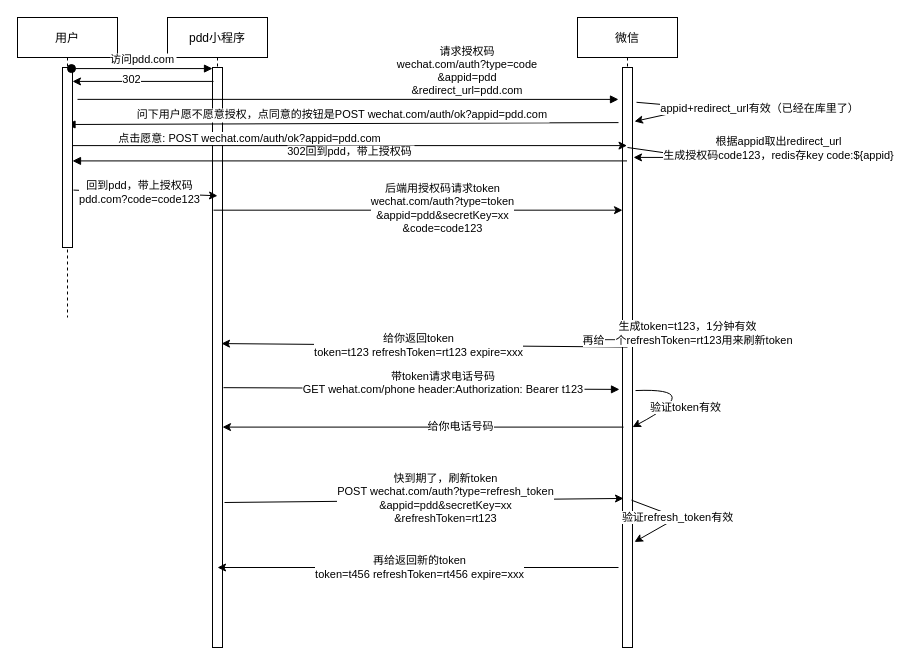
SteveWongBUAA/diagrams keeps this draw.io diagram as 未命名绘图.drawio. Above is the earlier version. Source tidied: cells renumbered, new cells numbered last; positions are measured from the earlier drawing's top-left corner, leaving out a move shared by most shapes. Both pictures are drawn from the tidied source at 100%, with x=0, y=0 at pixel (17, 17).
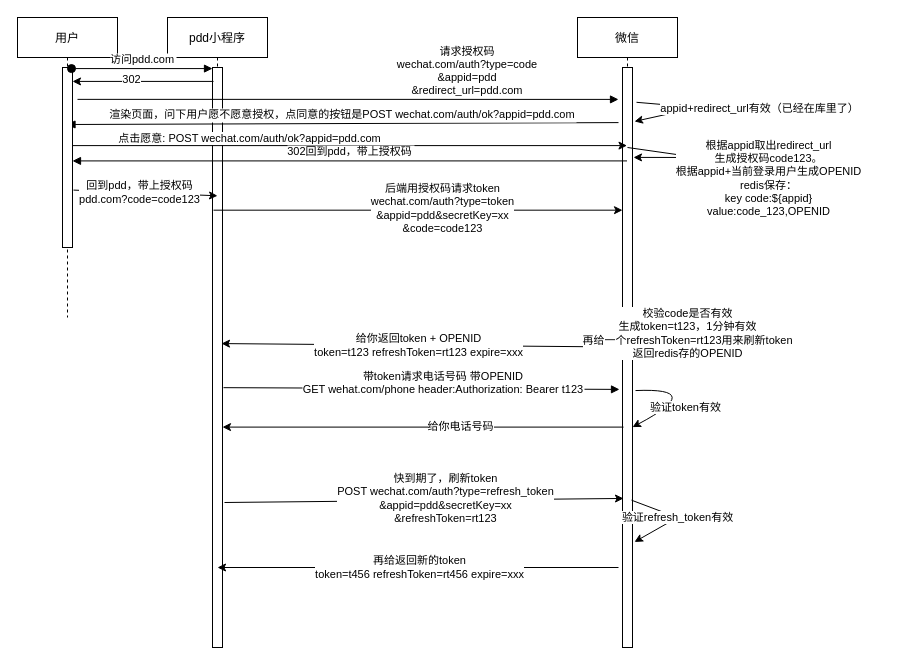
The same page after the edit.

Commit message:
更新未命名绘图.drawio

The change refers to these unchanged cells:
```xml
<mxCell id="3" style="points=[];perimeter=orthogonalPerimeter;rounded=0;shadow=0;strokeWidth=1;" parent="2" vertex="1">
  <mxGeometry x="45" y="50" width="10" height="580" as="geometry" />
</mxCell>
<mxCell id="5" style="points=[];perimeter=orthogonalPerimeter;rounded=0;shadow=0;strokeWidth=1;" parent="4" vertex="1">
  <mxGeometry x="45" y="50" width="10" height="580" as="geometry" />
</mxCell>
<mxCell id="8" style="endArrow=classic;html=1;entryX=1.1;entryY=0.155;entryDx=0;entryDy=0;entryPerimeter=0;" parent="4" edge="1" target="5">
  <mxGeometry relative="1" as="geometry">
    <mxPoint x="50" y="130" as="sourcePoint" />
    <Array as="points">
      <mxPoint x="120" y="140" />
    </Array>
  </mxGeometry>
</mxCell>
<mxCell id="20" style="endArrow=classic;html=1;entryX=0.9;entryY=0.476;entryDx=0;entryDy=0;entryPerimeter=0;exitX=0.5;exitY=0.482;exitDx=0;exitDy=0;exitPerimeter=0;" parent="1" edge="1" source="5" target="3">
  <mxGeometry relative="1" as="geometry" />
</mxCell>
<mxCell id="22" style="endArrow=classic;html=1;" parent="1" edge="1" source="4" target="4">
  <mxGeometry relative="1" as="geometry" />
</mxCell>
```

Change to the diagram source:
```diff
@@
-    <mxCell id="9" value="根据appid取出redirect_url&lt;br&gt;生成授权码code123，redis存key code:${appid}" style="edgeLabel;html=1;align=center;verticalAlign=middle;" parent="8" vertex="1">
+    <mxCell id="9" value="根据appid取出redirect_url&lt;br&gt;生成授权码code123。&lt;br&gt;根据appid+当前登录用户生成OPENID&lt;br&gt;redis保存：&lt;br&gt;key code:${appid}&lt;br&gt;value:code_123,OPENID" style="edgeLabel;html=1;align=center;verticalAlign=middle;" parent="8" vertex="1">
       <mxGeometry x="-0.29" y="2" relative="1" as="geometry">
-        <mxPoint x="102.2" y="-4.8" as="offset" />
+        <mxPoint x="92.2" y="25.2" as="offset" />
       </mxGeometry>
     </mxCell>
@@
-    <mxCell id="14" value="问下用户愿不愿意授权，点同意的按钮是POST wechat.com/auth/ok?appid=pdd.com" style="verticalAlign=bottom;endArrow=block;shadow=0;strokeWidth=1;exitX=-0.4;exitY=0.095;exitDx=0;exitDy=0;exitPerimeter=0;" parent="1" edge="1" source="5">
+    <mxCell id="14" value="渲染页面，问下用户愿不愿意授权，点同意的按钮是POST wechat.com/auth/ok?appid=pdd.com" style="verticalAlign=bottom;endArrow=block;shadow=0;strokeWidth=1;exitX=-0.4;exitY=0.095;exitDx=0;exitDy=0;exitPerimeter=0;" parent="1" edge="1" source="5">
       <mxGeometry relative="1" as="geometry">
         <mxPoint x="49.5" y="107" as="targetPoint" />
       </mxGeometry>
     </mxCell>
@@
-    <mxCell id="21" value="给你返回token&lt;br&gt;token=t123 refreshToken=rt123 expire=xxx" style="edgeLabel;html=1;align=center;verticalAlign=middle;" parent="20" vertex="1">
+    <mxCell id="21" value="给你返回token + OPENID&lt;br&gt;token=t123 refreshToken=rt123 expire=xxx" style="edgeLabel;html=1;align=center;verticalAlign=middle;" parent="20" vertex="1">
       <mxGeometry x="-0.18" y="-1" relative="1" as="geometry">
         <mxPoint x="-44" as="offset" />
       </mxGeometry>
     </mxCell>
@@
-    <mxCell id="23" value="生成token=t123，1分钟有效&lt;br&gt;再给一个refreshToken=rt123用来刷新token" style="edgeLabel;html=1;align=center;verticalAlign=middle;" parent="22" vertex="1">
+    <mxCell id="23" value="校验code是否有效&lt;br&gt;生成token=t123，1分钟有效 &lt;br&gt;再给一个refreshToken=rt123用来刷新token&lt;br&gt;返回redis存的OPENID" style="edgeLabel;html=1;align=center;verticalAlign=middle;" parent="22" vertex="1">
       <mxGeometry x="-0.14" y="-6" relative="1" as="geometry">
         <mxPoint x="-9.5" y="4" as="offset" />
       </mxGeometry>
     </mxCell>
-    <mxCell id="24" value="带token请求电话号码&#10;GET wehat.com/phone header:Authorization: Bearer t123" style="verticalAlign=bottom;endArrow=block;entryX=-0.3;entryY=0.555;shadow=0;strokeWidth=1;entryDx=0;entryDy=0;entryPerimeter=0;exitX=1.1;exitY=0.552;exitDx=0;exitDy=0;exitPerimeter=0;" parent="1" edge="1" source="3" target="5">
+    <mxCell id="24" value="带token请求电话号码 带OPENID&#10;GET wehat.com/phone header:Authorization: Bearer t123" style="verticalAlign=bottom;endArrow=block;entryX=-0.3;entryY=0.555;shadow=0;strokeWidth=1;entryDx=0;entryDy=0;entryPerimeter=0;exitX=1.1;exitY=0.552;exitDx=0;exitDy=0;exitPerimeter=0;" parent="1" edge="1" source="3" target="5">
       <mxGeometry x="0.11" y="-10" relative="1" as="geometry" />
     </mxCell>
```
